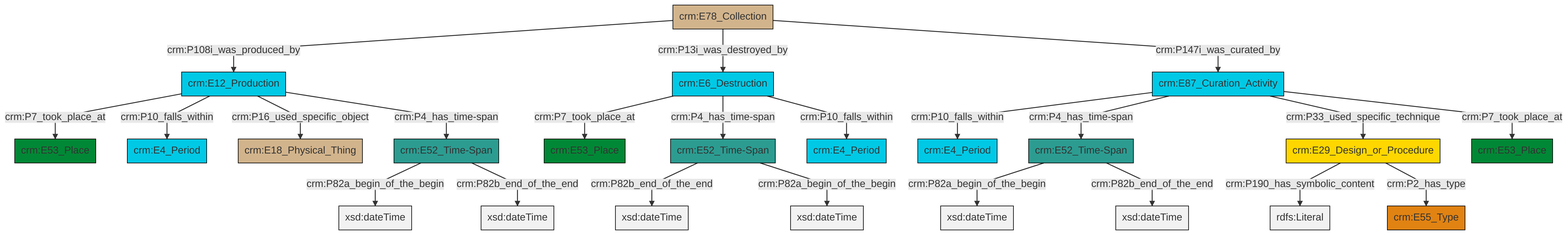
The Mermaid diagram et/archivalCSV/ttl/mmd/png/archival_existence.png in swiss-art-research-net/docs.swissartresearch, before a commit. Its source is kept beside it as et/archivalCSV/ttl/mmd/archival_existence.ttl.mmd.
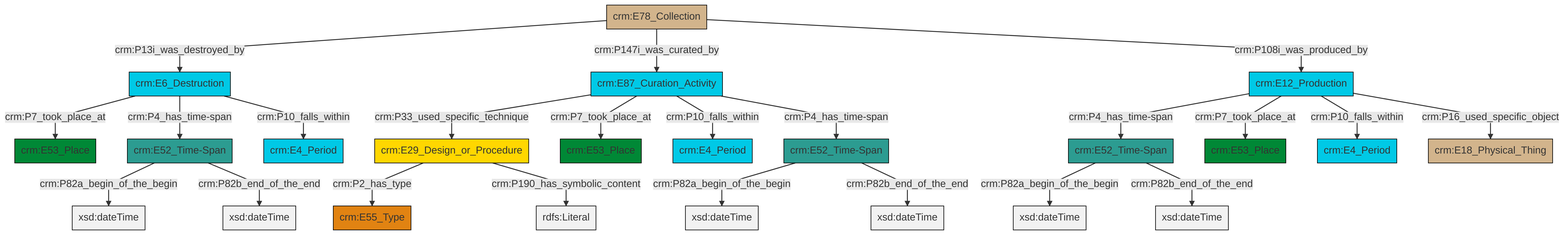
After the change.

The edit, as a diff of the source:
```diff
@@ -13,25 +13,25 @@
 classDef PC_Classes fill:#4ce600, stroke:#000000;
 classDef Multi fill:#cccccc,stroke:#000000;
 
-0["crm:E52_Time-Span"]:::Time-Span -->|crm:P82a_begin_of_the_begin| 1[xsd:dateTime]:::Literal
-2["crm:E78_Collection"]:::Physical_Thing -->|crm:P108i_was_produced_by| 3["crm:E12_Production"]:::Temporal_Entity
-4["crm:E29_Design_or_Procedure"]:::Conceptual_Object -->|crm:P190_has_symbolic_content| 5[rdfs:Literal]:::Literal
-8["crm:E87_Curation_Activity"]:::Temporal_Entity -->|crm:P10_falls_within| 9["crm:E4_Period"]:::Temporal_Entity
-3["crm:E12_Production"]:::Temporal_Entity -->|crm:P7_took_place_at| 11["crm:E53_Place"]:::Place
-3["crm:E12_Production"]:::Temporal_Entity -->|crm:P10_falls_within| 14["crm:E4_Period"]:::Temporal_Entity
-23["crm:E52_Time-Span"]:::Time-Span -->|crm:P82a_begin_of_the_begin| 24[xsd:dateTime]:::Literal
-3["crm:E12_Production"]:::Temporal_Entity -->|crm:P16_used_specific_object| 6["crm:E18_Physical_Thing"]:::Physical_Thing
-2["crm:E78_Collection"]:::Physical_Thing -->|crm:P13i_was_destroyed_by| 26["crm:E6_Destruction"]:::Temporal_Entity
-23["crm:E52_Time-Span"]:::Time-Span -->|crm:P82b_end_of_the_end| 27[xsd:dateTime]:::Literal
-29["crm:E52_Time-Span"]:::Time-Span -->|crm:P82b_end_of_the_end| 30[xsd:dateTime]:::Literal
-26["crm:E6_Destruction"]:::Temporal_Entity -->|crm:P7_took_place_at| 18["crm:E53_Place"]:::Place
-8["crm:E87_Curation_Activity"]:::Temporal_Entity -->|crm:P4_has_time-span| 0["crm:E52_Time-Span"]:::Time-Span
-0["crm:E52_Time-Span"]:::Time-Span -->|crm:P82b_end_of_the_end| 33[xsd:dateTime]:::Literal
-8["crm:E87_Curation_Activity"]:::Temporal_Entity -->|crm:P33_used_specific_technique| 4["crm:E29_Design_or_Procedure"]:::Conceptual_Object
-2["crm:E78_Collection"]:::Physical_Thing -->|crm:P147i_was_curated_by| 8["crm:E87_Curation_Activity"]:::Temporal_Entity
-3["crm:E12_Production"]:::Temporal_Entity -->|crm:P4_has_time-span| 23["crm:E52_Time-Span"]:::Time-Span
-29["crm:E52_Time-Span"]:::Time-Span -->|crm:P82a_begin_of_the_begin| 35[xsd:dateTime]:::Literal
-4["crm:E29_Design_or_Procedure"]:::Conceptual_Object -->|crm:P2_has_type| 20["crm:E55_Type"]:::Type
-26["crm:E6_Destruction"]:::Temporal_Entity -->|crm:P4_has_time-span| 29["crm:E52_Time-Span"]:::Time-Span
-8["crm:E87_Curation_Activity"]:::Temporal_Entity -->|crm:P7_took_place_at| 16["crm:E53_Place"]:::Place
-26["crm:E6_Destruction"]:::Temporal_Entity -->|crm:P10_falls_within| 37["crm:E4_Period"]:::Temporal_Entity
+2["crm:E6_Destruction"]:::Temporal_Entity -->|crm:P7_took_place_at| 3["crm:E53_Place"]:::Place
+6["crm:E52_Time-Span"]:::Time-Span -->|crm:P82a_begin_of_the_begin| 7[xsd:dateTime]:::Literal
+8["crm:E87_Curation_Activity"]:::Temporal_Entity -->|crm:P33_used_specific_technique| 9["crm:E29_Design_or_Procedure"]:::Conceptual_Object
+0["crm:E12_Production"]:::Temporal_Entity -->|crm:P4_has_time-span| 6["crm:E52_Time-Span"]:::Time-Span
+10["crm:E52_Time-Span"]:::Time-Span -->|crm:P82a_begin_of_the_begin| 11[xsd:dateTime]:::Literal
+13["crm:E52_Time-Span"]:::Time-Span -->|crm:P82a_begin_of_the_begin| 14[xsd:dateTime]:::Literal
+2["crm:E6_Destruction"]:::Temporal_Entity -->|crm:P4_has_time-span| 13["crm:E52_Time-Span"]:::Time-Span
+8["crm:E87_Curation_Activity"]:::Temporal_Entity -->|crm:P7_took_place_at| 4["crm:E53_Place"]:::Place
+9["crm:E29_Design_or_Procedure"]:::Conceptual_Object -->|crm:P2_has_type| 15["crm:E55_Type"]:::Type
+9["crm:E29_Design_or_Procedure"]:::Conceptual_Object -->|crm:P190_has_symbolic_content| 18[rdfs:Literal]:::Literal
+0["crm:E12_Production"]:::Temporal_Entity -->|crm:P7_took_place_at| 21["crm:E53_Place"]:::Place
+16["crm:E78_Collection"]:::Physical_Thing -->|crm:P13i_was_destroyed_by| 2["crm:E6_Destruction"]:::Temporal_Entity
+13["crm:E52_Time-Span"]:::Time-Span -->|crm:P82b_end_of_the_end| 22[xsd:dateTime]:::Literal
+8["crm:E87_Curation_Activity"]:::Temporal_Entity -->|crm:P10_falls_within| 26["crm:E4_Period"]:::Temporal_Entity
+16["crm:E78_Collection"]:::Physical_Thing -->|crm:P147i_was_curated_by| 8["crm:E87_Curation_Activity"]:::Temporal_Entity
+8["crm:E87_Curation_Activity"]:::Temporal_Entity -->|crm:P4_has_time-span| 10["crm:E52_Time-Span"]:::Time-Span
+6["crm:E52_Time-Span"]:::Time-Span -->|crm:P82b_end_of_the_end| 33[xsd:dateTime]:::Literal
+0["crm:E12_Production"]:::Temporal_Entity -->|crm:P10_falls_within| 29["crm:E4_Period"]:::Temporal_Entity
+2["crm:E6_Destruction"]:::Temporal_Entity -->|crm:P10_falls_within| 34["crm:E4_Period"]:::Temporal_Entity
+10["crm:E52_Time-Span"]:::Time-Span -->|crm:P82b_end_of_the_end| 37[xsd:dateTime]:::Literal
+16["crm:E78_Collection"]:::Physical_Thing -->|crm:P108i_was_produced_by| 0["crm:E12_Production"]:::Temporal_Entity
+0["crm:E12_Production"]:::Temporal_Entity -->|crm:P16_used_specific_object| 23["crm:E18_Physical_Thing"]:::Physical_Thing
```
